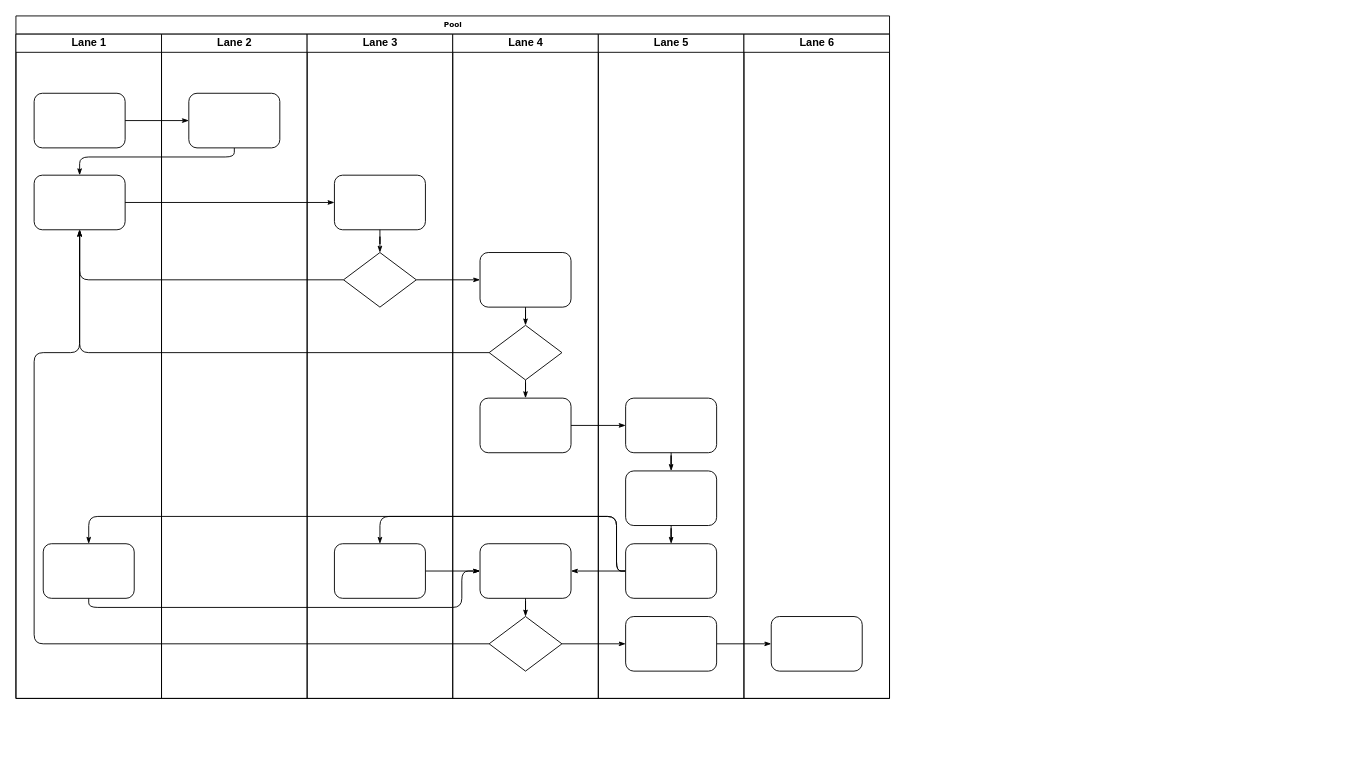
Earlier version of the draw.io diagram Untitled Diagram.drawio (rajdesai24/Wallhaven-dl). Source tidied: cells renumbered, new cells numbered last; positions are measured from the earlier drawing's top-left corner, leaving out a move shared by most shapes. Both pictures are drawn from the tidied source at 91%, with x=0, y=0 at pixel (15, 15).
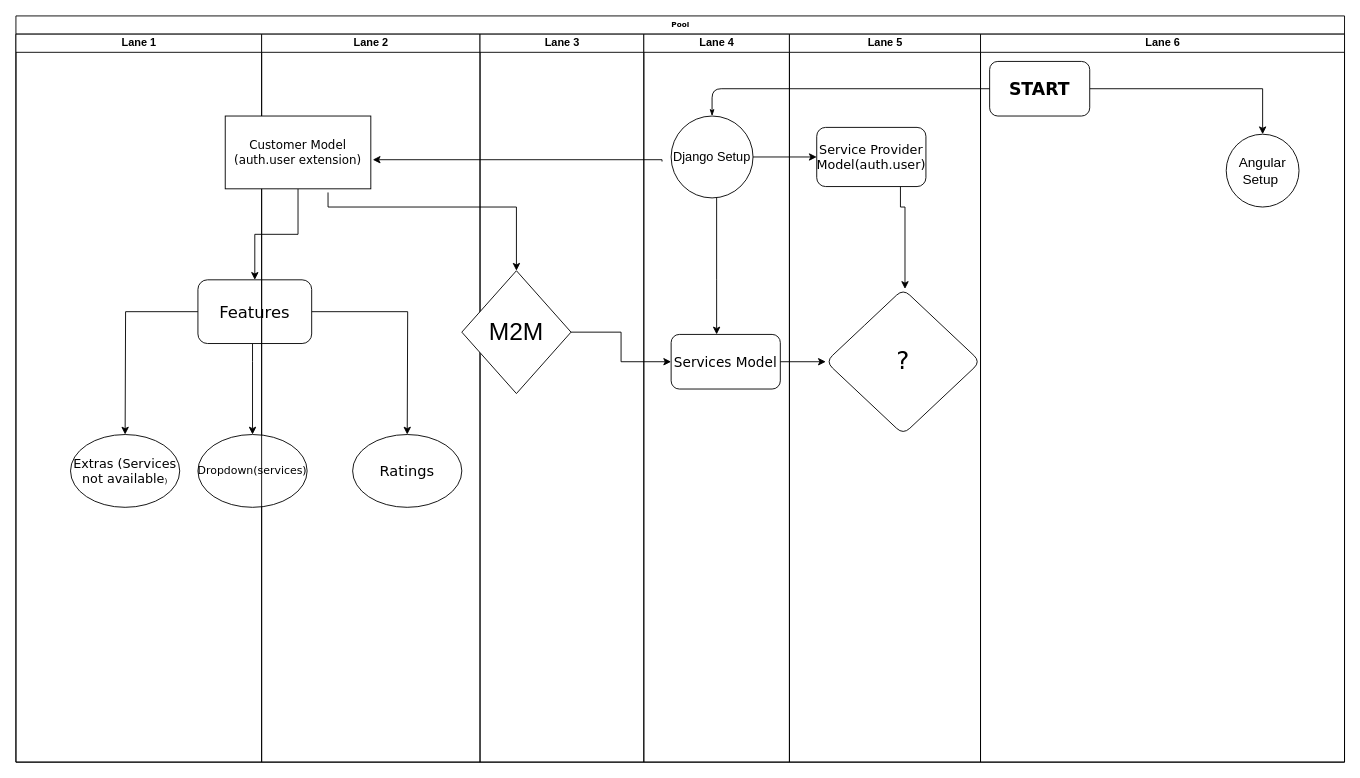
Above is the later version.

The edit, as a diff of the source:
```diff
@@
+    <mxCell id="47" style="edgeStyle=orthogonalEdgeStyle;rounded=0;jettySize=auto;html=1;" parent="1" edge="1" source="50">
+      <mxGeometry relative="1" as="geometry">
+        <mxPoint x="260" y="460" as="targetPoint" />
+        <Array as="points">
+          <mxPoint x="260" y="380" />
+          <mxPoint x="260" y="380" />
+        </Array>
+      </mxGeometry>
+    </mxCell>
+    <mxCell id="48" style="edgeStyle=orthogonalEdgeStyle;rounded=0;jettySize=auto;html=1;" parent="1" edge="1" source="50">
+      <mxGeometry relative="1" as="geometry">
+        <mxPoint x="120" y="460" as="targetPoint" />
+      </mxGeometry>
+    </mxCell>
+    <mxCell id="49" style="edgeStyle=orthogonalEdgeStyle;rounded=0;jettySize=auto;html=1;" parent="1" edge="1" source="50">
+      <mxGeometry relative="1" as="geometry">
+        <mxPoint x="430" y="460" as="targetPoint" />
+      </mxGeometry>
+    </mxCell>
+    <mxCell id="50" value="&lt;font style=&quot;font-size: 18px&quot;&gt;Features&lt;/font&gt;" style="whiteSpace=wrap;html=1;rounded=1;shadow=0;fontFamily=Verdana;fontSize=8;strokeWidth=1;" parent="1" vertex="1">
+      <mxGeometry x="200" y="290" width="125" height="70" as="geometry" />
+    </mxCell>
+    <mxCell id="51" style="edgeStyle=orthogonalEdgeStyle;rounded=0;jettySize=auto;html=1;" parent="1" edge="1" source="5" target="50">
+      <mxGeometry relative="1" as="geometry" />
+    </mxCell>
     <mxCell id="2" value="Pool" style="swimlane;html=1;startSize=20;rounded=0;shadow=0;labelBackgroundColor=none;strokeWidth=1;fontFamily=Verdana;fontSize=8;align=center;" parent="1" vertex="1">
-      <mxGeometry width="960" height="750" as="geometry" />
+      <mxGeometry width="1460" height="820" as="geometry" />
     </mxCell>
     <mxCell id="3" value="Lane 1" style="swimlane;html=1;startSize=20;" parent="2" vertex="1">
-      <mxGeometry y="20" width="160" height="730" as="geometry" />
+      <mxGeometry y="20" width="270" height="800" as="geometry" />
     </mxCell>
+    <mxCell id="52" value="&lt;font style=&quot;font-family: &amp;#34;verdana&amp;#34; ; font-size: 14px&quot;&gt;Extras (Services not available&lt;/font&gt;&lt;span style=&quot;font-family: &amp;#34;verdana&amp;#34; ; font-size: 8px&quot;&gt;)&lt;/span&gt;" style="ellipse;whiteSpace=wrap;html=1;" parent="3" vertex="1">
+      <mxGeometry x="60" y="440" width="120" height="80" as="geometry" />
+    </mxCell>
+    <mxCell id="53" value="&lt;span style=&quot;font-family: &amp;#34;verdana&amp;#34;&quot;&gt;Dropdown(services)&lt;/span&gt;" style="ellipse;whiteSpace=wrap;html=1;" parent="3" vertex="1">
+      <mxGeometry x="200" y="440" width="120" height="80" as="geometry" />
+    </mxCell>
+    <mxCell id="22" value="Lane 2" style="swimlane;html=1;startSize=20;" parent="2" vertex="1">
+      <mxGeometry x="270" y="20" width="240" height="800" as="geometry" />
+    </mxCell>
+    <mxCell id="5" value="&lt;font style=&quot;font-size: 13px&quot;&gt;Customer Model&lt;br&gt;(auth.user extension)&lt;/font&gt;" style="rounded=1;whiteSpace=wrap;html=1;shadow=0;labelBackgroundColor=none;strokeWidth=1;fontFamily=Verdana;fontSize=8;align=center;arcSize=0;" parent="22" vertex="1">
+      <mxGeometry x="-40" y="90" width="160" height="80" as="geometry" />
+    </mxCell>
+    <mxCell id="54" value="&lt;span style=&quot;font-family: &amp;#34;verdana&amp;#34; ; font-size: 16px&quot;&gt;Ratings&lt;/span&gt;" style="ellipse;whiteSpace=wrap;html=1;" parent="22" vertex="1">
+      <mxGeometry x="100" y="440" width="120" height="80" as="geometry" />
+    </mxCell>
+    <mxCell id="24" value="Lane 3" style="swimlane;html=1;startSize=20;" parent="2" vertex="1">
+      <mxGeometry x="510" y="20" width="180" height="800" as="geometry" />
+    </mxCell>
+    <mxCell id="55" value="&lt;font style=&quot;font-size: 27px&quot;&gt;M2M&lt;/font&gt;" style="rhombus;whiteSpace=wrap;html=1;" parent="24" vertex="1">
+      <mxGeometry x="-20" y="260" width="120" height="135" as="geometry" />
+    </mxCell>
+    <mxCell id="29" value="Lane 4" style="swimlane;html=1;startSize=20;" parent="2" vertex="1">
+      <mxGeometry x="690" y="20" width="160" height="800" as="geometry" />
+    </mxCell>
+    <mxCell id="56" style="edgeStyle=orthogonalEdgeStyle;rounded=0;jettySize=auto;html=1;" parent="29" edge="1" source="57" target="59">
+      <mxGeometry relative="1" as="geometry">
+        <Array as="points">
+          <mxPoint x="80" y="270" />
+          <mxPoint x="80" y="270" />
+        </Array>
+      </mxGeometry>
+    </mxCell>
+    <mxCell id="57" value="&lt;font style=&quot;font-size: 14px&quot;&gt;Django Setup&lt;/font&gt;" style="ellipse;whiteSpace=wrap;html=1;" parent="29" vertex="1">
+      <mxGeometry x="30" y="90" width="90" height="90" as="geometry" />
+    </mxCell>
+    <mxCell id="58" style="edgeStyle=orthogonalEdgeStyle;rounded=0;orthogonalLoop=1;jettySize=auto;html=1;exitX=0.5;exitY=1;exitDx=0;exitDy=0;" parent="29" edge="1" source="57" target="57">
+      <mxGeometry relative="1" as="geometry" />
+    </mxCell>
+    <mxCell id="59" value="&lt;font style=&quot;font-size: 15px&quot;&gt;Services Model&lt;/font&gt;" style="whiteSpace=wrap;html=1;rounded=1;shadow=0;fontFamily=Verdana;fontSize=8;strokeWidth=1;" parent="29" vertex="1">
+      <mxGeometry x="30" y="330" width="120" height="60" as="geometry" />
+    </mxCell>
+    <mxCell id="38" value="Lane 5" style="swimlane;html=1;startSize=20;" parent="2" vertex="1">
+      <mxGeometry x="850" y="20" width="210" height="800" as="geometry" />
+    </mxCell>
+    <mxCell id="60" style="edgeStyle=orthogonalEdgeStyle;rounded=0;orthogonalLoop=1;jettySize=auto;html=1;exitX=0.75;exitY=1;exitDx=0;exitDy=0;" parent="38" edge="1">
+      <mxGeometry relative="1" as="geometry">
+        <mxPoint x="122" y="167.5" as="sourcePoint" />
+        <mxPoint x="127" y="280" as="targetPoint" />
+        <Array as="points">
+          <mxPoint x="127" y="190" />
+        </Array>
+      </mxGeometry>
+    </mxCell>
+    <mxCell id="61" value="&lt;font style=&quot;font-size: 14px&quot;&gt;Service Provider Model(auth.user)&lt;/font&gt;" style="whiteSpace=wrap;html=1;rounded=1;shadow=0;fontFamily=Verdana;fontSize=8;strokeWidth=1;" parent="38" vertex="1">
+      <mxGeometry x="30" y="102.5" width="120" height="65" as="geometry" />
+    </mxCell>
+    <mxCell id="62" value="&lt;span style=&quot;font-size: 27px&quot;&gt;?&lt;/span&gt;" style="rhombus;whiteSpace=wrap;html=1;rounded=1;shadow=0;fontFamily=Verdana;fontSize=8;strokeWidth=1;" parent="38" vertex="1">
+      <mxGeometry x="40" y="280" width="170" height="160" as="geometry" />
+    </mxCell>
+    <mxCell id="63" style="edgeStyle=orthogonalEdgeStyle;rounded=0;jettySize=auto;html=1;" parent="2" edge="1" source="59" target="62">
+      <mxGeometry relative="1" as="geometry" />
+    </mxCell>
+    <mxCell id="64" style="edgeStyle=orthogonalEdgeStyle;rounded=0;jettySize=auto;html=1;entryX=0.5;entryY=0;entryDx=0;entryDy=0;exitX=0.706;exitY=1.05;exitDx=0;exitDy=0;exitPerimeter=0;" parent="2" edge="1" source="5" target="55">
+      <mxGeometry relative="1" as="geometry">
+        <Array as="points">
+          <mxPoint x="343" y="210" />
+          <mxPoint x="550" y="210" />
+        </Array>
+      </mxGeometry>
+    </mxCell>
+    <mxCell id="45" value="Lane 6" style="swimlane;html=1;startSize=20;" parent="2" vertex="1">
+      <mxGeometry x="1060" y="20" width="400" height="800" as="geometry" />
+    </mxCell>
+    <mxCell id="65" style="edgeStyle=orthogonalEdgeStyle;rounded=0;jettySize=auto;html=1;exitX=1;exitY=0.5;exitDx=0;exitDy=0;entryX=0.5;entryY=0;entryDx=0;entryDy=0;" parent="45" edge="1" source="4" target="66">
+      <mxGeometry relative="1" as="geometry" />
+    </mxCell>
-    <mxCell id="4" style="rounded=1;whiteSpace=wrap;html=1;shadow=0;labelBackgroundColor=none;strokeWidth=1;fontFamily=Verdana;fontSize=8;align=center;" parent="3" vertex="1">
-      <mxGeometry x="20" y="65" width="100" height="60" as="geometry" />
+    <mxCell id="4" value="&lt;font style=&quot;font-size: 19px&quot;&gt;&lt;b&gt;START&lt;/b&gt;&lt;/font&gt;" style="rounded=1;whiteSpace=wrap;html=1;shadow=0;labelBackgroundColor=none;strokeWidth=1;fontFamily=Verdana;fontSize=8;align=center;" parent="45" vertex="1">
+      <mxGeometry x="10" y="30" width="110" height="60" as="geometry" />
     </mxCell>
-    <mxCell id="5" style="rounded=1;whiteSpace=wrap;html=1;shadow=0;labelBackgroundColor=none;strokeWidth=1;fontFamily=Verdana;fontSize=8;align=center;" parent="3" vertex="1">
-      <mxGeometry x="20" y="155" width="100" height="60" as="geometry" />
-    </mxCell>
-    <mxCell id="6" style="rounded=1;whiteSpace=wrap;html=1;shadow=0;labelBackgroundColor=none;strokeWidth=1;fontFamily=Verdana;fontSize=8;align=center;" parent="3" vertex="1">
-      <mxGeometry x="30" y="560" width="100" height="60" as="geometry" />
-    </mxCell>
+    <mxCell id="66" value="&lt;font style=&quot;font-size: 15px&quot;&gt;Angular&lt;br&gt;Setup&amp;nbsp;&lt;/font&gt;" style="ellipse;whiteSpace=wrap;html=1;" parent="45" vertex="1">
+      <mxGeometry x="270" y="110" width="80" height="80" as="geometry" />
+    </mxCell>
+    <mxCell id="67" style="edgeStyle=orthogonalEdgeStyle;rounded=0;jettySize=auto;html=1;exitX=1;exitY=0.5;exitDx=0;exitDy=0;entryX=0;entryY=0.5;entryDx=0;entryDy=0;" parent="2" edge="1" source="55" target="59">
+      <mxGeometry relative="1" as="geometry" />
+    </mxCell>
+    <mxCell id="68" style="edgeStyle=orthogonalEdgeStyle;rounded=0;jettySize=auto;html=1;entryX=1.013;entryY=0.6;entryDx=0;entryDy=0;entryPerimeter=0;" parent="2" edge="1" target="5">
+      <mxGeometry relative="1" as="geometry">
+        <mxPoint x="710" y="160" as="sourcePoint" />
+        <Array as="points">
+          <mxPoint x="710" y="158" />
+        </Array>
+      </mxGeometry>
+    </mxCell>
-    <mxCell id="7" style="edgeStyle=orthogonalEdgeStyle;rounded=1;html=1;labelBackgroundColor=none;startArrow=none;startFill=0;startSize=5;endArrow=classicThin;endFill=1;endSize=5;jettySize=auto;strokeWidth=1;fontFamily=Verdana;fontSize=8;" parent="2" edge="1" source="4" target="23">
-      <mxGeometry relative="1" as="geometry" />
+    <mxCell id="7" style="edgeStyle=orthogonalEdgeStyle;rounded=1;html=1;labelBackgroundColor=none;startArrow=none;startFill=0;startSize=5;endArrow=classicThin;endFill=1;endSize=5;jettySize=auto;strokeWidth=1;fontFamily=Verdana;fontSize=8;entryX=0.5;entryY=0;entryDx=0;entryDy=0;" parent="2" edge="1" source="4" target="57">
+      <mxGeometry relative="1" as="geometry">
+        <Array as="points">
+          <mxPoint x="765" y="80" />
+        </Array>
+      </mxGeometry>
     </mxCell>
-    <mxCell id="8" style="edgeStyle=orthogonalEdgeStyle;rounded=1;html=1;labelBackgroundColor=none;startArrow=none;startFill=0;startSize=5;endArrow=classicThin;endFill=1;endSize=5;jettySize=auto;strokeWidth=1;fontFamily=Verdana;fontSize=8;" parent="2" edge="1" source="23" target="5">
-      <mxGeometry relative="1" as="geometry">
-        <Array as="points">
-          <mxPoint x="240" y="155" />
-          <mxPoint x="70" y="155" />
-        </Array>
-      </mxGeometry>
-    </mxCell>
-    <mxCell id="9" style="edgeStyle=orthogonalEdgeStyle;rounded=1;html=1;labelBackgroundColor=none;startArrow=none;startFill=0;startSize=5;endArrow=classicThin;endFill=1;endSize=5;jettySize=auto;strokeWidth=1;fontFamily=Verdana;fontSize=8;" parent="2" edge="1" source="5" target="25">
-      <mxGeometry relative="1" as="geometry" />
-    </mxCell>
-    <mxCell id="10" style="edgeStyle=orthogonalEdgeStyle;rounded=1;html=1;labelBackgroundColor=none;startArrow=none;startFill=0;startSize=5;endArrow=classicThin;endFill=1;endSize=5;jettySize=auto;strokeWidth=1;fontFamily=Verdana;fontSize=8;" parent="2" edge="1" source="26" target="5">
-      <mxGeometry relative="1" as="geometry" />
-    </mxCell>
-    <mxCell id="11" style="edgeStyle=orthogonalEdgeStyle;rounded=1;html=1;labelBackgroundColor=none;startArrow=none;startFill=0;startSize=5;endArrow=classicThin;endFill=1;endSize=5;jettySize=auto;strokeWidth=1;fontFamily=Verdana;fontSize=8;" parent="2" edge="1" source="31" target="5">
-      <mxGeometry relative="1" as="geometry" />
-    </mxCell>
-    <mxCell id="12" style="edgeStyle=orthogonalEdgeStyle;rounded=1;html=1;labelBackgroundColor=none;startArrow=none;startFill=0;startSize=5;endArrow=classicThin;endFill=1;endSize=5;jettySize=auto;strokeWidth=1;fontFamily=Verdana;fontSize=8;" parent="2" edge="1" source="34" target="5">
-      <mxGeometry relative="1" as="geometry">
-        <Array as="points">
-          <mxPoint x="20" y="690" />
-          <mxPoint x="20" y="370" />
-          <mxPoint x="70" y="370" />
-        </Array>
-      </mxGeometry>
-    </mxCell>
-    <mxCell id="13" style="edgeStyle=orthogonalEdgeStyle;rounded=1;html=1;labelBackgroundColor=none;startArrow=none;startFill=0;startSize=5;endArrow=classicThin;endFill=1;endSize=5;jettySize=auto;strokeWidth=1;fontFamily=Verdana;fontSize=8;" parent="2" edge="1" source="26" target="30">
-      <mxGeometry relative="1" as="geometry" />
-    </mxCell>
-    <mxCell id="14" style="edgeStyle=orthogonalEdgeStyle;rounded=1;html=1;labelBackgroundColor=none;startArrow=none;startFill=0;startSize=5;endArrow=classicThin;endFill=1;endSize=5;jettySize=auto;strokeWidth=1;fontFamily=Verdana;fontSize=8;" parent="2" edge="1" source="34" target="42">
-      <mxGeometry relative="1" as="geometry" />
-    </mxCell>
-    <mxCell id="15" style="edgeStyle=orthogonalEdgeStyle;rounded=1;html=1;labelBackgroundColor=none;startArrow=none;startFill=0;startSize=5;endArrow=classicThin;endFill=1;endSize=5;jettySize=auto;strokeWidth=1;fontFamily=Verdana;fontSize=8;" parent="2" edge="1" source="42" target="46">
-      <mxGeometry relative="1" as="geometry" />
-    </mxCell>
-    <mxCell id="16" style="edgeStyle=orthogonalEdgeStyle;rounded=1;html=1;labelBackgroundColor=none;startArrow=none;startFill=0;startSize=5;endArrow=classicThin;endFill=1;endSize=5;jettySize=auto;strokeWidth=1;fontFamily=Verdana;fontSize=8;" parent="2" edge="1" source="32" target="39">
-      <mxGeometry relative="1" as="geometry" />
-    </mxCell>
-    <mxCell id="17" style="edgeStyle=orthogonalEdgeStyle;rounded=1;html=1;labelBackgroundColor=none;startArrow=none;startFill=0;startSize=5;endArrow=classicThin;endFill=1;endSize=5;jettySize=auto;strokeWidth=1;fontFamily=Verdana;fontSize=8;" parent="2" edge="1" source="41" target="27">
-      <mxGeometry relative="1" as="geometry">
-        <Array as="points">
-          <mxPoint x="660" y="610" />
-          <mxPoint x="660" y="550" />
-          <mxPoint x="400" y="550" />
-        </Array>
-      </mxGeometry>
-    </mxCell>
-    <mxCell id="18" style="edgeStyle=orthogonalEdgeStyle;rounded=1;html=1;labelBackgroundColor=none;startArrow=none;startFill=0;startSize=5;endArrow=classicThin;endFill=1;endSize=5;jettySize=auto;strokeColor=#000000;strokeWidth=1;fontFamily=Verdana;fontSize=8;fontColor=#000000;" parent="2" edge="1" source="41" target="33">
-      <mxGeometry relative="1" as="geometry" />
-    </mxCell>
-    <mxCell id="19" style="edgeStyle=orthogonalEdgeStyle;rounded=1;html=1;labelBackgroundColor=none;startArrow=none;startFill=0;startSize=5;endArrow=classicThin;endFill=1;endSize=5;jettySize=auto;strokeWidth=1;fontFamily=Verdana;fontSize=8;" parent="2" edge="1" source="41" target="6">
-      <mxGeometry relative="1" as="geometry">
-        <Array as="points">
-          <mxPoint x="660" y="610" />
-          <mxPoint x="660" y="550" />
-          <mxPoint x="80" y="550" />
-        </Array>
-      </mxGeometry>
-    </mxCell>
-    <mxCell id="20" style="edgeStyle=orthogonalEdgeStyle;rounded=1;html=1;labelBackgroundColor=none;startArrow=none;startFill=0;startSize=5;endArrow=classicThin;endFill=1;endSize=5;jettySize=auto;strokeWidth=1;fontFamily=Verdana;fontSize=8;" parent="2" edge="1" source="6" target="33">
-      <mxGeometry relative="1" as="geometry">
-        <Array as="points">
-          <mxPoint x="80" y="650" />
-          <mxPoint x="490" y="650" />
-          <mxPoint x="490" y="610" />
-        </Array>
-      </mxGeometry>
-    </mxCell>
-    <mxCell id="21" style="edgeStyle=orthogonalEdgeStyle;rounded=1;html=1;labelBackgroundColor=none;startArrow=none;startFill=0;startSize=5;endArrow=classicThin;endFill=1;endSize=5;jettySize=auto;strokeWidth=1;fontFamily=Verdana;fontSize=8;" parent="2" edge="1" source="27" target="33">
-      <mxGeometry relative="1" as="geometry" />
-    </mxCell>
-    <mxCell id="22" value="Lane 2" style="swimlane;html=1;startSize=20;" parent="2" vertex="1">
-      <mxGeometry x="160" y="20" width="160" height="730" as="geometry" />
-    </mxCell>
-    <mxCell id="23" style="rounded=1;whiteSpace=wrap;html=1;shadow=0;labelBackgroundColor=none;strokeWidth=1;fontFamily=Verdana;fontSize=8;align=center;" parent="22" vertex="1">
-      <mxGeometry x="30" y="65" width="100" height="60" as="geometry" />
-    </mxCell>
-    <mxCell id="24" value="Lane 3" style="swimlane;html=1;startSize=20;" parent="2" vertex="1">
-      <mxGeometry x="320" y="20" width="160" height="730" as="geometry" />
-    </mxCell>
-    <mxCell id="25" style="rounded=1;whiteSpace=wrap;html=1;shadow=0;labelBackgroundColor=none;strokeWidth=1;fontFamily=Verdana;fontSize=8;align=center;" parent="24" vertex="1">
-      <mxGeometry x="30" y="155" width="100" height="60" as="geometry" />
-    </mxCell>
-    <mxCell id="26" style="rhombus;whiteSpace=wrap;html=1;rounded=0;shadow=0;labelBackgroundColor=none;strokeWidth=1;fontFamily=Verdana;fontSize=8;align=center;" parent="24" vertex="1">
-      <mxGeometry x="40" y="240" width="80" height="60" as="geometry" />
-    </mxCell>
-    <mxCell id="27" style="rounded=1;whiteSpace=wrap;html=1;shadow=0;labelBackgroundColor=none;strokeWidth=1;fontFamily=Verdana;fontSize=8;align=center;" parent="24" vertex="1">
-      <mxGeometry x="30" y="560" width="100" height="60" as="geometry" />
-    </mxCell>
-    <mxCell id="28" style="edgeStyle=orthogonalEdgeStyle;rounded=1;html=1;labelBackgroundColor=none;startArrow=none;startFill=0;startSize=5;endArrow=classicThin;endFill=1;endSize=5;jettySize=auto;strokeWidth=1;fontFamily=Verdana;fontSize=8;" parent="24" edge="1" source="25" target="26">
-      <mxGeometry relative="1" as="geometry" />
-    </mxCell>
-    <mxCell id="29" value="Lane 4" style="swimlane;html=1;startSize=20;" parent="2" vertex="1">
-      <mxGeometry x="480" y="20" width="160" height="730" as="geometry" />
-    </mxCell>
-    <mxCell id="30" style="rounded=1;whiteSpace=wrap;html=1;shadow=0;labelBackgroundColor=none;strokeWidth=1;fontFamily=Verdana;fontSize=8;align=center;" parent="29" vertex="1">
-      <mxGeometry x="30" y="240" width="100" height="60" as="geometry" />
-    </mxCell>
-    <mxCell id="31" style="rhombus;whiteSpace=wrap;html=1;rounded=0;shadow=0;labelBackgroundColor=none;strokeWidth=1;fontFamily=Verdana;fontSize=8;align=center;" parent="29" vertex="1">
-      <mxGeometry x="40" y="320" width="80" height="60" as="geometry" />
-    </mxCell>
-    <mxCell id="32" style="rounded=1;whiteSpace=wrap;html=1;shadow=0;labelBackgroundColor=none;strokeWidth=1;fontFamily=Verdana;fontSize=8;align=center;" parent="29" vertex="1">
-      <mxGeometry x="30" y="400" width="100" height="60" as="geometry" />
-    </mxCell>
-    <mxCell id="33" style="rounded=1;whiteSpace=wrap;html=1;shadow=0;labelBackgroundColor=none;strokeWidth=1;fontFamily=Verdana;fontSize=8;align=center;" parent="29" vertex="1">
-      <mxGeometry x="30" y="560" width="100" height="60" as="geometry" />
-    </mxCell>
-    <mxCell id="34" style="rhombus;whiteSpace=wrap;html=1;rounded=0;shadow=0;labelBackgroundColor=none;strokeWidth=1;fontFamily=Verdana;fontSize=8;align=center;" parent="29" vertex="1">
-      <mxGeometry x="40" y="640" width="80" height="60" as="geometry" />
-    </mxCell>
-    <mxCell id="35" style="edgeStyle=orthogonalEdgeStyle;rounded=1;html=1;labelBackgroundColor=none;startArrow=none;startFill=0;startSize=5;endArrow=classicThin;endFill=1;endSize=5;jettySize=auto;strokeColor=#000000;strokeWidth=1;fontFamily=Verdana;fontSize=8;fontColor=#000000;" parent="29" edge="1" source="30" target="31">
-      <mxGeometry relative="1" as="geometry" />
-    </mxCell>
-    <mxCell id="36" style="edgeStyle=orthogonalEdgeStyle;rounded=1;html=1;labelBackgroundColor=none;startArrow=none;startFill=0;startSize=5;endArrow=classicThin;endFill=1;endSize=5;jettySize=auto;strokeWidth=1;fontFamily=Verdana;fontSize=8;" parent="29" edge="1" source="31" target="32">
-      <mxGeometry relative="1" as="geometry" />
-    </mxCell>
-    <mxCell id="37" style="edgeStyle=orthogonalEdgeStyle;rounded=1;html=1;labelBackgroundColor=none;startArrow=none;startFill=0;startSize=5;endArrow=classicThin;endFill=1;endSize=5;jettySize=auto;strokeWidth=1;fontFamily=Verdana;fontSize=8;" parent="29" edge="1" source="33" target="34">
-      <mxGeometry relative="1" as="geometry" />
-    </mxCell>
-    <mxCell id="38" value="Lane 5" style="swimlane;html=1;startSize=20;" parent="2" vertex="1">
-      <mxGeometry x="640" y="20" width="160" height="730" as="geometry" />
-    </mxCell>
-    <mxCell id="39" style="rounded=1;whiteSpace=wrap;html=1;shadow=0;labelBackgroundColor=none;strokeWidth=1;fontFamily=Verdana;fontSize=8;align=center;" parent="38" vertex="1">
-      <mxGeometry x="30" y="400" width="100" height="60" as="geometry" />
-    </mxCell>
-    <mxCell id="40" style="rounded=1;whiteSpace=wrap;html=1;shadow=0;labelBackgroundColor=none;strokeWidth=1;fontFamily=Verdana;fontSize=8;align=center;" parent="38" vertex="1">
-      <mxGeometry x="30" y="480" width="100" height="60" as="geometry" />
-    </mxCell>
-    <mxCell id="41" style="rounded=1;whiteSpace=wrap;html=1;shadow=0;labelBackgroundColor=none;strokeWidth=1;fontFamily=Verdana;fontSize=8;align=center;" parent="38" vertex="1">
-      <mxGeometry x="30" y="560" width="100" height="60" as="geometry" />
-    </mxCell>
-    <mxCell id="42" style="rounded=1;whiteSpace=wrap;html=1;shadow=0;labelBackgroundColor=none;strokeWidth=1;fontFamily=Verdana;fontSize=8;align=center;" parent="38" vertex="1">
-      <mxGeometry x="30" y="640" width="100" height="60" as="geometry" />
-    </mxCell>
-    <mxCell id="43" style="edgeStyle=orthogonalEdgeStyle;rounded=1;html=1;labelBackgroundColor=none;startArrow=none;startFill=0;startSize=5;endArrow=classicThin;endFill=1;endSize=5;jettySize=auto;strokeWidth=1;fontFamily=Verdana;fontSize=8;" parent="38" edge="1" source="39" target="40">
-      <mxGeometry relative="1" as="geometry" />
-    </mxCell>
-    <mxCell id="44" style="edgeStyle=orthogonalEdgeStyle;rounded=1;html=1;labelBackgroundColor=none;startArrow=none;startFill=0;startSize=5;endArrow=classicThin;endFill=1;endSize=5;jettySize=auto;strokeWidth=1;fontFamily=Verdana;fontSize=8;" parent="38" edge="1" source="40" target="41">
-      <mxGeometry relative="1" as="geometry" />
-    </mxCell>
-    <mxCell id="45" value="Lane 6" style="swimlane;html=1;startSize=20;" parent="2" vertex="1">
-      <mxGeometry x="800" y="20" width="160" height="730" as="geometry" />
-    </mxCell>
-    <mxCell id="46" style="rounded=1;whiteSpace=wrap;html=1;shadow=0;labelBackgroundColor=none;strokeWidth=1;fontFamily=Verdana;fontSize=8;align=center;" parent="45" vertex="1">
-      <mxGeometry x="30" y="640" width="100" height="60" as="geometry" />
-    </mxCell>
+    <mxCell id="69" style="edgeStyle=orthogonalEdgeStyle;rounded=0;jettySize=auto;html=1;exitX=1;exitY=0.5;exitDx=0;exitDy=0;" parent="2" edge="1" source="57" target="61">
+      <mxGeometry relative="1" as="geometry" />
+    </mxCell>
```
